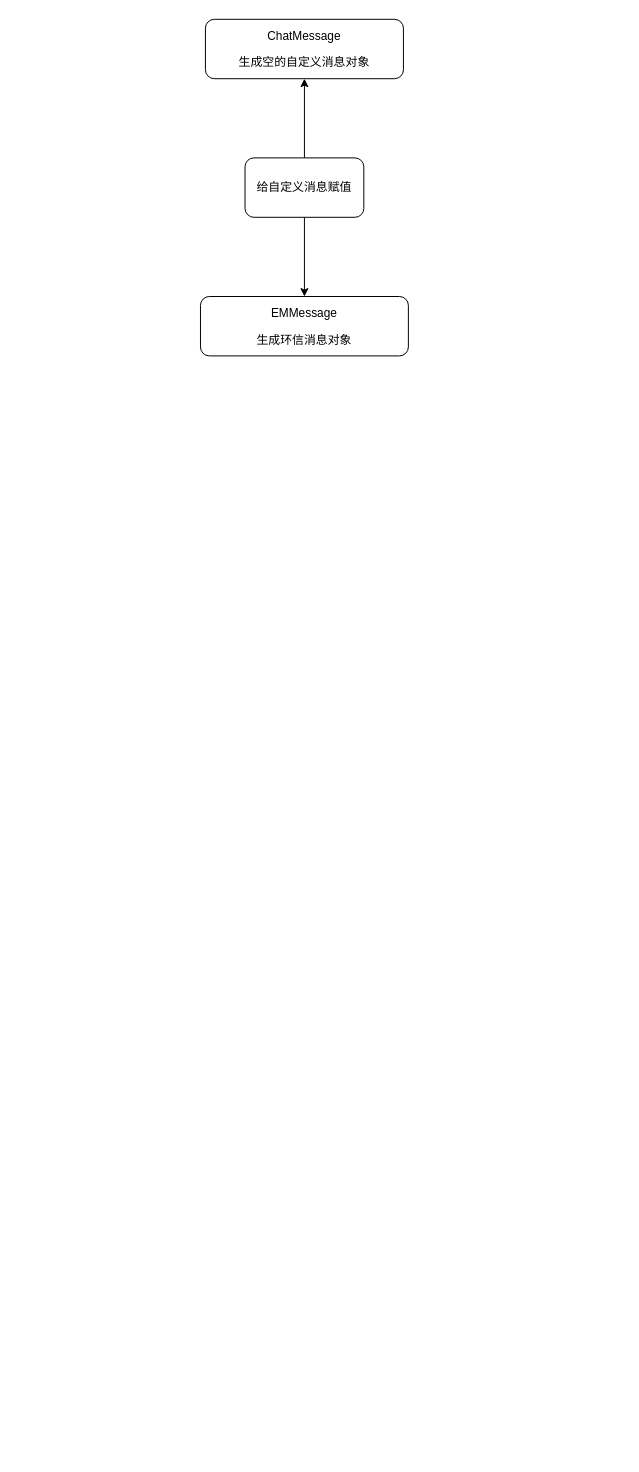
Earlier version of the draw.io diagram 蜜趣环信消息流程.drawio (ZengSir/drawio). Source tidied: cells renumbered, new cells numbered last; positions are measured from the earlier drawing's top-left corner, leaving out a move shared by most shapes. Both pictures are drawn from the tidied source at 99%, with x=0, y=0 at pixel (200, 19).
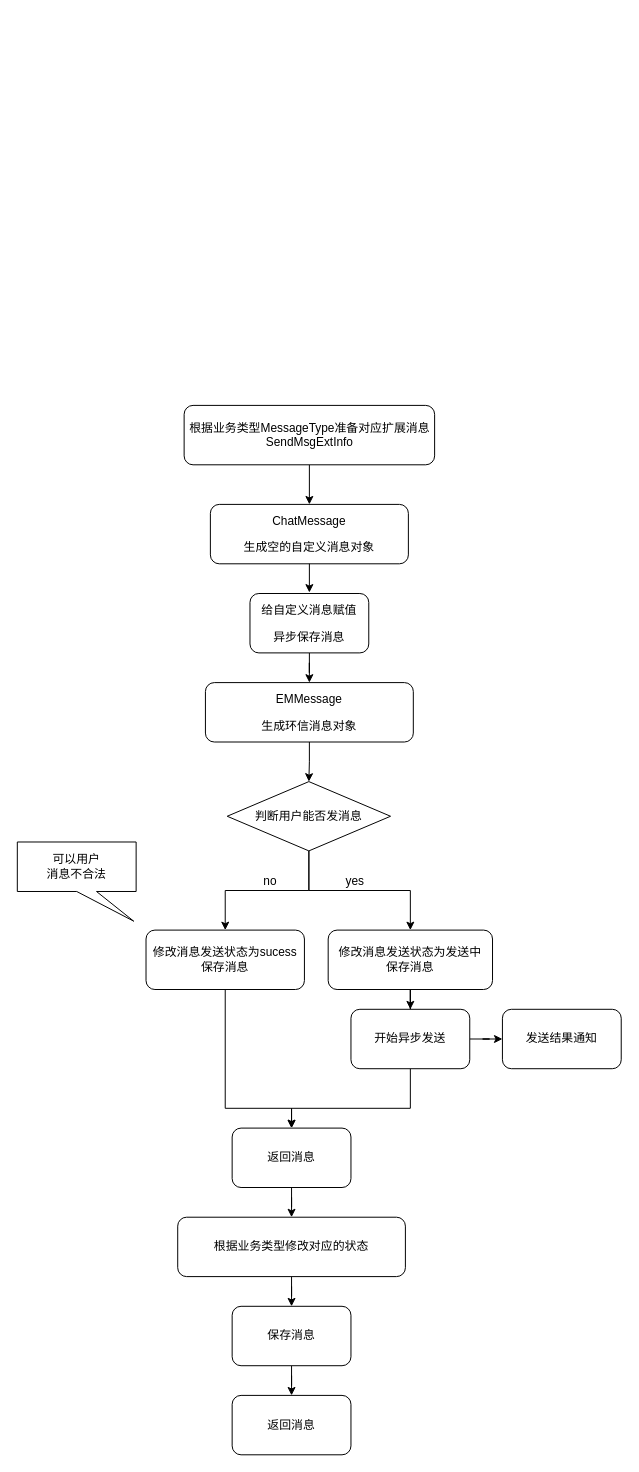
After the change.

Commit message:
更新蜜趣环信消息流程.drawio

The edit, as a diff of the source:
```diff
@@
-    <mxCell id="3" style="edgeStyle=orthogonalEdgeStyle;rounded=0;jettySize=auto;html=1;" parent="1" edge="1" source="4" target="5">
-      <mxGeometry relative="1" as="geometry" />
+    <mxCell id="3" style="edgeStyle=orthogonalEdgeStyle;rounded=0;orthogonalLoop=1;jettySize=auto;html=1;entryX=0.567;entryY=-0.017;entryDx=0;entryDy=0;entryPerimeter=0;exitX=0.5;exitY=1;exitDx=0;exitDy=0;" parent="1" edge="1">
+      <mxGeometry relative="1" as="geometry">
+        <mxPoint x="102" y="500" as="sourcePoint" />
+        <mxPoint x="110" y="579" as="targetPoint" />
+        <Array as="points">
+          <mxPoint x="110" y="500" />
+        </Array>
+      </mxGeometry>
     </mxCell>
-    <mxCell id="4" value="&lt;p&gt;给自定义消息赋值&lt;/p&gt;" style="rounded=1;whiteSpace=wrap;html=1;" parent="1" vertex="1">
-      <mxGeometry x="45" y="140" width="120" height="60" as="geometry" />
+    <mxCell id="4" value="&lt;p&gt;给自定义消息赋值&lt;/p&gt;&lt;p&gt;异步保存消息&lt;/p&gt;" style="rounded=1;whiteSpace=wrap;html=1;" parent="1" vertex="1">
+      <mxGeometry x="50" y="580" width="120" height="60" as="geometry" />
     </mxCell>
     <mxCell id="5" value="&lt;p&gt;&lt;span&gt;ChatMessage&lt;/span&gt;&lt;/p&gt;&lt;p&gt;生成空的自定义消息对象&lt;br&gt;&lt;/p&gt;" style="rounded=1;whiteSpace=wrap;html=1;" parent="1" vertex="1">
-      <mxGeometry x="5" width="200" height="60" as="geometry" />
+      <mxGeometry x="10" y="490" width="200" height="60" as="geometry" />
     </mxCell>
+    <mxCell id="7" style="edgeStyle=orthogonalEdgeStyle;rounded=0;jettySize=auto;html=1;entryX=0.5;entryY=0;entryDx=0;entryDy=0;" parent="1" edge="1" source="6" target="10">
+      <mxGeometry relative="1" as="geometry" />
+    </mxCell>
     <mxCell id="6" value="&lt;p&gt;&lt;span&gt;EMMessage&lt;/span&gt;&lt;/p&gt;&lt;p&gt;生成环信消息对象&lt;/p&gt;" style="rounded=1;whiteSpace=wrap;html=1;" parent="1" vertex="1">
-      <mxGeometry y="280" width="210" height="60" as="geometry" />
+      <mxGeometry x="5" y="670" width="210" height="60" as="geometry" />
     </mxCell>
+    <mxCell id="8" style="edgeStyle=orthogonalEdgeStyle;rounded=0;jettySize=auto;html=1;entryX=0.5;entryY=0;entryDx=0;entryDy=0;" parent="1" edge="1" source="10" target="21">
+      <mxGeometry relative="1" as="geometry" />
+    </mxCell>
+    <mxCell id="9" style="edgeStyle=orthogonalEdgeStyle;rounded=0;jettySize=auto;html=1;entryX=0.5;entryY=0;entryDx=0;entryDy=0;" parent="1" edge="1" source="10" target="12">
+      <mxGeometry relative="1" as="geometry" />
+    </mxCell>
+    <mxCell id="10" value="判断用户能否发消息" style="rhombus;whiteSpace=wrap;html=1;" parent="1" vertex="1">
+      <mxGeometry x="27" y="770" width="165" height="70" as="geometry" />
+    </mxCell>
+    <mxCell id="11" style="edgeStyle=orthogonalEdgeStyle;rounded=0;jettySize=auto;html=1;" parent="1" edge="1" source="12" target="14">
+      <mxGeometry relative="1" as="geometry">
+        <Array as="points">
+          <mxPoint x="25" y="1100" />
+          <mxPoint x="92" y="1100" />
+        </Array>
+      </mxGeometry>
+    </mxCell>
+    <mxCell id="12" value="修改消息发送状态为sucess&lt;br&gt;保存消息&lt;br&gt;" style="rounded=1;whiteSpace=wrap;html=1;" parent="1" vertex="1">
+      <mxGeometry x="-55" y="920" width="160" height="60" as="geometry" />
+    </mxCell>
+    <mxCell id="13" style="edgeStyle=orthogonalEdgeStyle;rounded=0;jettySize=auto;html=1;" parent="1" edge="1" source="14" target="16">
+      <mxGeometry relative="1" as="geometry" />
+    </mxCell>
+    <mxCell id="14" value="返回消息" style="rounded=1;whiteSpace=wrap;html=1;" parent="1" vertex="1">
+      <mxGeometry x="32" y="1120" width="120" height="60" as="geometry" />
+    </mxCell>
+    <mxCell id="15" style="edgeStyle=orthogonalEdgeStyle;rounded=0;jettySize=auto;html=1;" parent="1" edge="1" source="16" target="18">
+      <mxGeometry relative="1" as="geometry" />
+    </mxCell>
+    <mxCell id="16" value="根据业务类型修改对应的状态" style="rounded=1;whiteSpace=wrap;html=1;" parent="1" vertex="1">
+      <mxGeometry x="-23" y="1210" width="230" height="60" as="geometry" />
+    </mxCell>
+    <mxCell id="17" style="edgeStyle=orthogonalEdgeStyle;rounded=0;jettySize=auto;html=1;" parent="1" edge="1" source="18" target="19">
+      <mxGeometry relative="1" as="geometry" />
+    </mxCell>
+    <mxCell id="18" value="保存消息" style="rounded=1;whiteSpace=wrap;html=1;" parent="1" vertex="1">
+      <mxGeometry x="32" y="1300" width="120" height="60" as="geometry" />
+    </mxCell>
+    <mxCell id="19" value="返回消息" style="rounded=1;whiteSpace=wrap;html=1;" parent="1" vertex="1">
+      <mxGeometry x="32" y="1390" width="120" height="60" as="geometry" />
+    </mxCell>
+    <mxCell id="20" style="edgeStyle=orthogonalEdgeStyle;rounded=0;jettySize=auto;html=1;" parent="1" edge="1" source="21" target="24">
+      <mxGeometry relative="1" as="geometry" />
+    </mxCell>
+    <mxCell id="21" value="修改消息发送状态为发送中&lt;br&gt;保存消息&lt;br&gt;" style="rounded=1;whiteSpace=wrap;html=1;" parent="1" vertex="1">
+      <mxGeometry x="129" y="920" width="166" height="60" as="geometry" />
+    </mxCell>
+    <mxCell id="22" style="edgeStyle=orthogonalEdgeStyle;rounded=0;jettySize=auto;html=1;" parent="1" edge="1" source="24" target="25">
+      <mxGeometry relative="1" as="geometry" />
+    </mxCell>
+    <mxCell id="23" style="edgeStyle=orthogonalEdgeStyle;rounded=0;jettySize=auto;html=1;entryX=0.5;entryY=0;entryDx=0;entryDy=0;" parent="1" edge="1" source="24" target="14">
+      <mxGeometry relative="1" as="geometry">
+        <Array as="points">
+          <mxPoint x="212" y="1100" />
+          <mxPoint x="92" y="1100" />
+        </Array>
+      </mxGeometry>
+    </mxCell>
+    <mxCell id="24" value="开始异步发送" style="rounded=1;whiteSpace=wrap;html=1;" parent="1" vertex="1">
+      <mxGeometry x="152" y="1000" width="120" height="60" as="geometry" />
+    </mxCell>
+    <mxCell id="25" value="发送结果通知" style="rounded=1;whiteSpace=wrap;html=1;" parent="1" vertex="1">
+      <mxGeometry x="305" y="1000" width="120" height="60" as="geometry" />
+    </mxCell>
+    <mxCell id="26" value="no" style="text;html=1;align=left;verticalAlign=top;spacingTop=-4;" parent="1" vertex="1">
+      <mxGeometry x="62" y="861" width="30" height="20" as="geometry" />
+    </mxCell>
+    <mxCell id="27" value="yes" style="text;html=1;align=left;verticalAlign=top;spacingTop=-4;" parent="1" vertex="1">
+      <mxGeometry x="145" y="861" width="30" height="20" as="geometry" />
+    </mxCell>
+    <mxCell id="28" value="可以用户&lt;br&gt;消息不合法&lt;br&gt;" style="shape=callout;whiteSpace=wrap;html=1;perimeter=calloutPerimeter;position2=0.98;" parent="1" vertex="1">
+      <mxGeometry x="-185" y="831" width="120" height="80" as="geometry" />
+    </mxCell>
+    <mxCell id="29" style="edgeStyle=orthogonalEdgeStyle;rounded=0;jettySize=auto;html=1;exitX=0.5;exitY=1;exitDx=0;exitDy=0;" parent="1" edge="1" source="30" target="5">
+      <mxGeometry relative="1" as="geometry" />
+    </mxCell>
+    <mxCell id="30" value="根据业务类型&lt;span&gt;MessageType&lt;/span&gt;准备对应扩展消息SendMsgExtInfo&lt;br&gt;" style="rounded=1;whiteSpace=wrap;html=1;" parent="1" vertex="1">
+      <mxGeometry x="-16.5" y="390" width="253" height="60" as="geometry" />
+    </mxCell>
```
